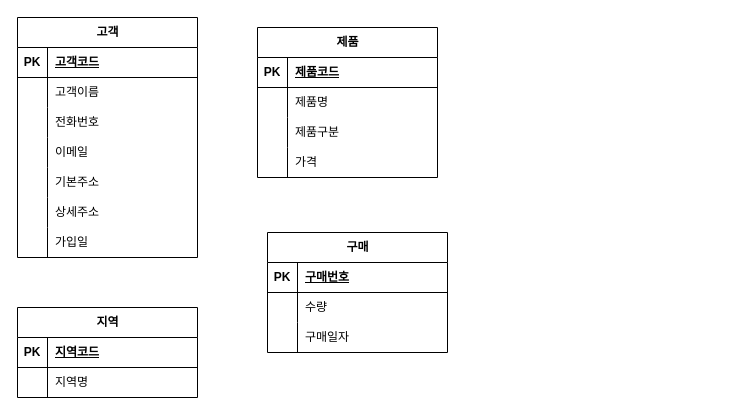
Before: page "논리모델링" (2 of 2) of 제목 없는 다이어그램.drawio in Robert0623/erd_24.10.25, a draw.io diagram. Source tidied: cells renumbered, new cells numbered last; positions are measured from the earlier drawing's top-left corner, leaving out a move shared by most shapes. Both pictures are drawn from the tidied source at 100%, with x=0, y=0 at pixel (17, 17).
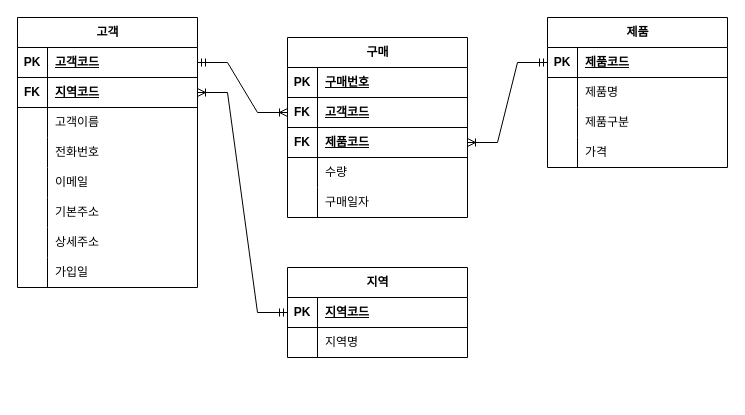
After the change.

Commit message:
제목 없는 다이어그램.drawio 업데이트

Unchanged cells that the change refers to:
```xml
<mxCell id="3" style="shape=tableRow;horizontal=0;startSize=0;swimlaneHead=0;swimlaneBody=0;fillColor=none;points=[[0,0.5],[1,0.5]];portConstraint=eastwest;top=0;left=0;right=0;bottom=1;" parent="2" vertex="1">
  <mxGeometry y="30" width="180" height="30" as="geometry" />
</mxCell>
<mxCell id="25" style="shape=tableRow;horizontal=0;startSize=0;swimlaneHead=0;swimlaneBody=0;fillColor=none;points=[[0,0.5],[1,0.5]];portConstraint=eastwest;top=0;left=0;right=0;bottom=1;" parent="24" vertex="1">
  <mxGeometry y="30" width="180" height="30" as="geometry" />
</mxCell>
<mxCell id="32" style="shape=tableRow;horizontal=0;startSize=0;swimlaneHead=0;swimlaneBody=0;fillColor=none;points=[[0,0.5],[1,0.5]];portConstraint=eastwest;top=0;left=0;right=0;bottom=1;" parent="31" vertex="1">
  <mxGeometry y="30" width="180" height="30" as="geometry" />
</mxCell>
```

The edit, as a diff of the source:
```diff
@@
     <mxCell id="2" value="고객" style="shape=table;startSize=30;childLayout=tableLayout;rowLines=0;fontStyle=1;align=center;html=1;" parent="1" vertex="1">
-      <mxGeometry width="180" height="240" as="geometry" />
+      <mxGeometry width="180" height="270" as="geometry" />
     </mxCell>
@@
+    <mxCell id="54" style="shape=tableRow;horizontal=0;startSize=0;swimlaneHead=0;swimlaneBody=0;fillColor=none;points=[[0,0.5],[1,0.5]];portConstraint=eastwest;top=0;left=0;right=0;bottom=1;" parent="2" vertex="1">
+      <mxGeometry y="60" width="180" height="30" as="geometry" />
+    </mxCell>
+    <mxCell id="55" value="FK" style="shape=partialRectangle;fillColor=none;top=0;left=0;bottom=0;right=0;fontStyle=1;overflow=hidden;whiteSpace=wrap;html=1;" parent="54" vertex="1">
+      <mxGeometry width="30" height="30" as="geometry" />
+    </mxCell>
+    <mxCell id="56" value="지역코드" style="shape=partialRectangle;fillColor=none;top=0;left=0;bottom=0;right=0;align=left;spacingLeft=6;fontStyle=5;overflow=hidden;whiteSpace=wrap;html=1;" parent="54" vertex="1">
+      <mxGeometry x="30" width="150" height="30" as="geometry" />
+    </mxCell>
     <mxCell id="6" style="shape=tableRow;horizontal=0;startSize=0;swimlaneHead=0;swimlaneBody=0;fillColor=none;top=0;left=0;right=0;bottom=0;" parent="2" vertex="1">
-      <mxGeometry y="60" width="180" height="30" as="geometry" />
+      <mxGeometry y="90" width="180" height="30" as="geometry" />
     </mxCell>
@@
     <mxCell id="9" style="shape=tableRow;horizontal=0;startSize=0;swimlaneHead=0;swimlaneBody=0;fillColor=none;top=0;left=0;right=0;bottom=0;" parent="2" vertex="1">
-      <mxGeometry y="90" width="180" height="30" as="geometry" />
+      <mxGeometry y="120" width="180" height="30" as="geometry" />
     </mxCell>
@@
     <mxCell id="12" style="shape=tableRow;horizontal=0;startSize=0;swimlaneHead=0;swimlaneBody=0;fillColor=none;top=0;left=0;right=0;bottom=0;" parent="2" vertex="1">
-      <mxGeometry y="120" width="180" height="30" as="geometry" />
+      <mxGeometry y="150" width="180" height="30" as="geometry" />
     </mxCell>
@@
     <mxCell id="15" style="shape=tableRow;horizontal=0;startSize=0;swimlaneHead=0;swimlaneBody=0;fillColor=none;top=0;left=0;right=0;bottom=0;" parent="2" vertex="1">
-      <mxGeometry y="150" width="180" height="30" as="geometry" />
+      <mxGeometry y="180" width="180" height="30" as="geometry" />
     </mxCell>
@@
     <mxCell id="18" style="shape=tableRow;horizontal=0;startSize=0;swimlaneHead=0;swimlaneBody=0;fillColor=none;top=0;left=0;right=0;bottom=0;" parent="2" vertex="1">
-      <mxGeometry y="180" width="180" height="30" as="geometry" />
+      <mxGeometry y="210" width="180" height="30" as="geometry" />
     </mxCell>
@@
     <mxCell id="21" style="shape=tableRow;horizontal=0;startSize=0;swimlaneHead=0;swimlaneBody=0;fillColor=none;top=0;left=0;right=0;bottom=0;" parent="2" vertex="1">
-      <mxGeometry y="210" width="180" height="30" as="geometry" />
+      <mxGeometry y="240" width="180" height="30" as="geometry" />
     </mxCell>
@@
     <mxCell id="24" value="지역" style="shape=table;startSize=30;childLayout=tableLayout;rowLines=0;fontStyle=1;align=center;html=1;" parent="1" vertex="1">
-      <mxGeometry y="290" width="180" height="90" as="geometry" />
+      <mxGeometry x="270" y="250" width="180" height="90" as="geometry" />
     </mxCell>
@@
     <mxCell id="31" value="제품" style="shape=table;startSize=30;childLayout=tableLayout;rowLines=0;fontStyle=1;align=center;html=1;" parent="1" vertex="1">
-      <mxGeometry x="240" y="10" width="180" height="150" as="geometry" />
+      <mxGeometry x="530" width="180" height="150" as="geometry" />
     </mxCell>
@@
     <mxCell id="44" value="구매" style="shape=table;startSize=30;childLayout=tableLayout;rowLines=0;fontStyle=1;align=center;html=1;" parent="1" vertex="1">
-      <mxGeometry x="250" y="215" width="180" height="120" as="geometry" />
+      <mxGeometry x="270" y="20" width="180" height="180" as="geometry" />
     </mxCell>
@@
+    <mxCell id="57" style="shape=tableRow;horizontal=0;startSize=0;swimlaneHead=0;swimlaneBody=0;fillColor=none;points=[[0,0.5],[1,0.5]];portConstraint=eastwest;top=0;left=0;right=0;bottom=1;" parent="44" vertex="1">
+      <mxGeometry y="60" width="180" height="30" as="geometry" />
+    </mxCell>
+    <mxCell id="58" value="FK" style="shape=partialRectangle;fillColor=none;top=0;left=0;bottom=0;right=0;fontStyle=1;overflow=hidden;whiteSpace=wrap;html=1;" parent="57" vertex="1">
+      <mxGeometry width="30" height="30" as="geometry" />
+    </mxCell>
+    <mxCell id="59" value="고객코드" style="shape=partialRectangle;fillColor=none;top=0;left=0;bottom=0;right=0;align=left;spacingLeft=6;fontStyle=5;overflow=hidden;whiteSpace=wrap;html=1;" parent="57" vertex="1">
+      <mxGeometry x="30" width="150" height="30" as="geometry" />
+    </mxCell>
+    <mxCell id="60" style="shape=tableRow;horizontal=0;startSize=0;swimlaneHead=0;swimlaneBody=0;fillColor=none;points=[[0,0.5],[1,0.5]];portConstraint=eastwest;top=0;left=0;right=0;bottom=1;" parent="44" vertex="1">
+      <mxGeometry y="90" width="180" height="30" as="geometry" />
+    </mxCell>
+    <mxCell id="61" value="FK" style="shape=partialRectangle;fillColor=none;top=0;left=0;bottom=0;right=0;fontStyle=1;overflow=hidden;whiteSpace=wrap;html=1;" parent="60" vertex="1">
+      <mxGeometry width="30" height="30" as="geometry" />
+    </mxCell>
+    <mxCell id="62" value="제품코드" style="shape=partialRectangle;fillColor=none;top=0;left=0;bottom=0;right=0;align=left;spacingLeft=6;fontStyle=5;overflow=hidden;whiteSpace=wrap;html=1;" parent="60" vertex="1">
+      <mxGeometry x="30" width="150" height="30" as="geometry" />
+    </mxCell>
     <mxCell id="48" style="shape=tableRow;horizontal=0;startSize=0;swimlaneHead=0;swimlaneBody=0;fillColor=none;top=0;left=0;right=0;bottom=0;" parent="44" vertex="1">
-      <mxGeometry y="60" width="180" height="30" as="geometry" />
+      <mxGeometry y="120" width="180" height="30" as="geometry" />
     </mxCell>
@@
     <mxCell id="51" style="shape=tableRow;horizontal=0;startSize=0;swimlaneHead=0;swimlaneBody=0;fillColor=none;top=0;left=0;right=0;bottom=0;" parent="44" vertex="1">
-      <mxGeometry y="90" width="180" height="30" as="geometry" />
+      <mxGeometry y="150" width="180" height="30" as="geometry" />
     </mxCell>
@@
+    <mxCell id="63" style="rounded=0;jettySize=auto;html=1;exitX=0;exitY=0.5;exitDx=0;exitDy=0;entryX=1;entryY=0.5;entryDx=0;entryDy=0;endArrow=ERoneToMany;endFill=0;startArrow=ERmandOne;startFill=0;edgeStyle=entityRelationEdgeStyle;elbow=vertical;" parent="1" edge="1" source="25" target="54">
+      <mxGeometry relative="1" as="geometry" />
+    </mxCell>
+    <mxCell id="64" style="edgeStyle=entityRelationEdgeStyle;rounded=0;jettySize=auto;html=1;exitX=1;exitY=0.5;exitDx=0;exitDy=0;entryX=0;entryY=0.5;entryDx=0;entryDy=0;startArrow=ERmandOne;startFill=0;endArrow=ERoneToMany;endFill=0;" parent="1" edge="1" source="3" target="57">
+      <mxGeometry relative="1" as="geometry" />
+    </mxCell>
+    <mxCell id="65" style="edgeStyle=entityRelationEdgeStyle;shape=connector;rounded=0;jettySize=auto;html=1;exitX=0;exitY=0.5;exitDx=0;exitDy=0;entryX=1;entryY=0.5;entryDx=0;entryDy=0;strokeColor=default;align=center;verticalAlign=middle;fontFamily=Helvetica;fontSize=11;fontColor=default;labelBackgroundColor=default;startArrow=ERmandOne;startFill=0;endArrow=ERoneToMany;endFill=0;" parent="1" edge="1" source="32" target="60">
+      <mxGeometry relative="1" as="geometry" />
+    </mxCell>
```
